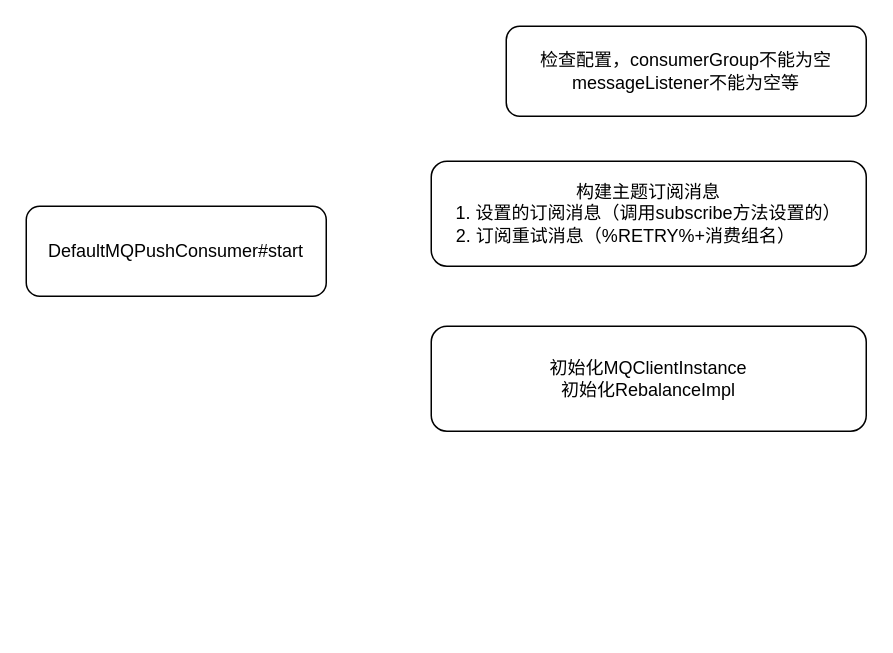
Above: rocketmq/消费者启动流程.drawio in erlieStar/diagrams (draw.io), before the change. Source tidied: cells renumbered, new cells numbered last; positions are measured from the earlier drawing's top-left corner, leaving out a move shared by most shapes. Both pictures are drawn from the tidied source at 150%, with x=0, y=0 at pixel (26, 26).
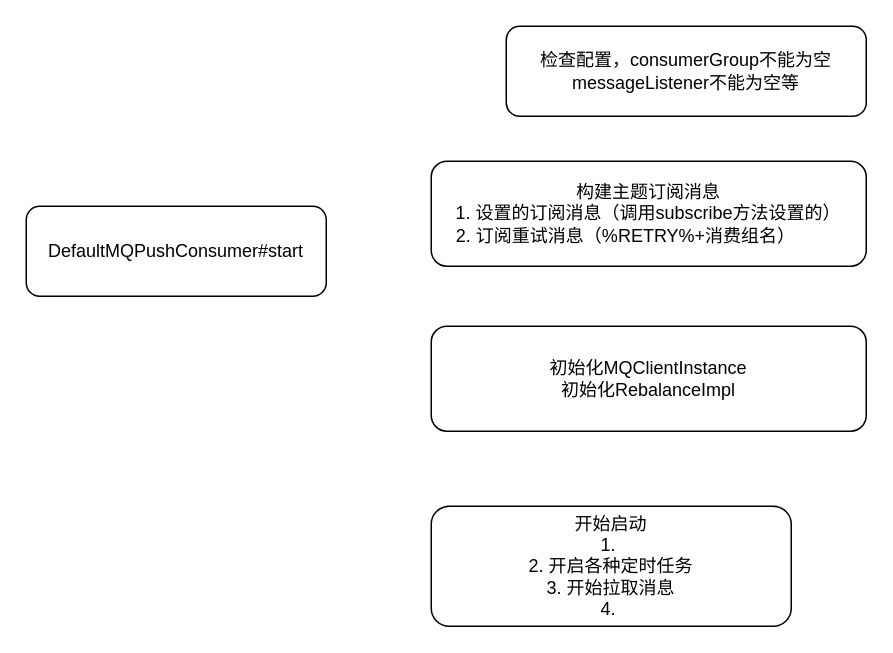
The same page after the edit.

Commit message (it also covers changes not shown here):
Update 消费者启动流程.drawio

The edit, as a diff of the source:
```diff
@@
 <mxGraphModel>
   <root>
     <mxCell id="0" />
     <mxCell id="1" parent="0" />
     <mxCell id="2" value="DefaultMQPushConsumer#start" style="rounded=1;whiteSpace=wrap;html=1;" parent="1" vertex="1">
       <mxGeometry y="120" width="200" height="60" as="geometry" />
     </mxCell>
     <mxCell id="3" value="构建主题订阅消息&lt;br&gt;1. 设置的订阅消息（调用subscribe方法设置的）&lt;br&gt;2. 订阅重试消息（%RETRY%+消费组名）&amp;nbsp; &amp;nbsp; &amp;nbsp; &amp;nbsp; &amp;nbsp;" style="rounded=1;whiteSpace=wrap;html=1;" parent="1" vertex="1">
       <mxGeometry x="270" y="90" width="290" height="70" as="geometry" />
     </mxCell>
     <mxCell id="4" value="初始化MQClientInstance&lt;br&gt;初始化RebalanceImpl" style="rounded=1;whiteSpace=wrap;html=1;" parent="1" vertex="1">
       <mxGeometry x="270" y="200" width="290" height="70" as="geometry" />
     </mxCell>
     <mxCell id="5" value="&lt;div&gt;检查配置，consumerGroup不能为空&lt;/div&gt;&lt;div&gt;messageListener不能为空等&lt;/div&gt;" style="rounded=1;whiteSpace=wrap;html=1;" parent="1" vertex="1">
       <mxGeometry x="320" width="240" height="60" as="geometry" />
     </mxCell>
+    <mxCell id="6" value="开始启动&lt;br&gt;1.&amp;nbsp;&lt;br&gt;2. 开启各种定时任务&lt;br&gt;3. 开始拉取消息&lt;br&gt;4.&amp;nbsp;" style="rounded=1;whiteSpace=wrap;html=1;" parent="1" vertex="1">
+      <mxGeometry x="270" y="320" width="240" height="80" as="geometry" />
+    </mxCell>
   </root>
 </mxGraphModel>
```
